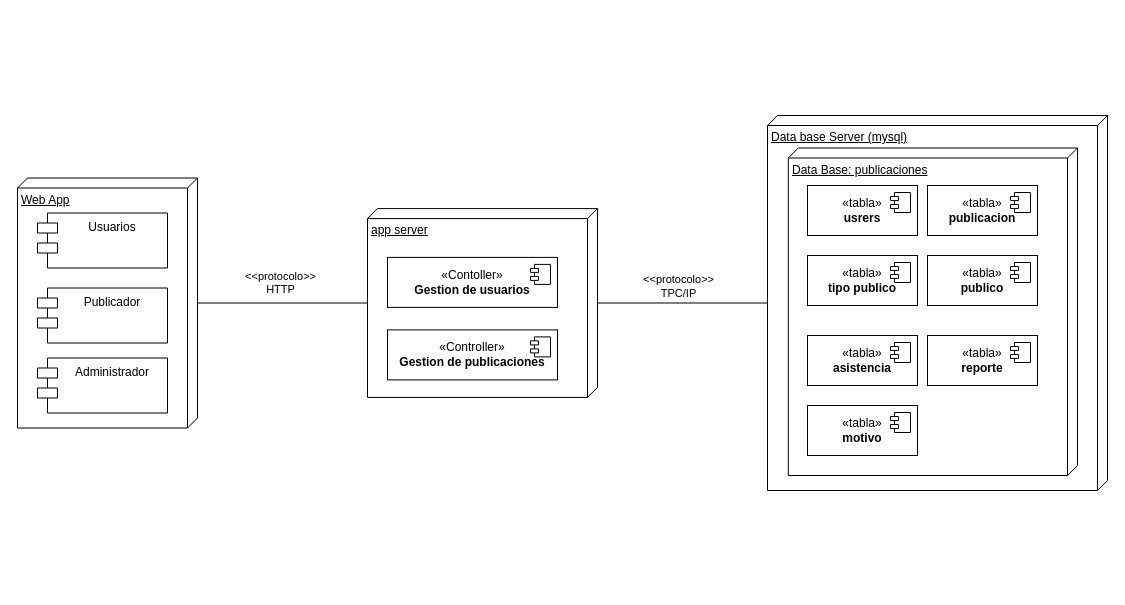
This is page "Diagrama de despliegue" (5 of 5) of Documentación/diagrama entidad relación.drawio from luisbaquiax/publicaciones, a draw.io file, before an edit. Source tidied: cells renumbered, new cells numbered last; positions are measured from the earlier drawing's top-left corner, leaving out a move shared by most shapes. Both pictures are drawn from the tidied source at 100%, with x=0, y=0 at pixel (17, 115).
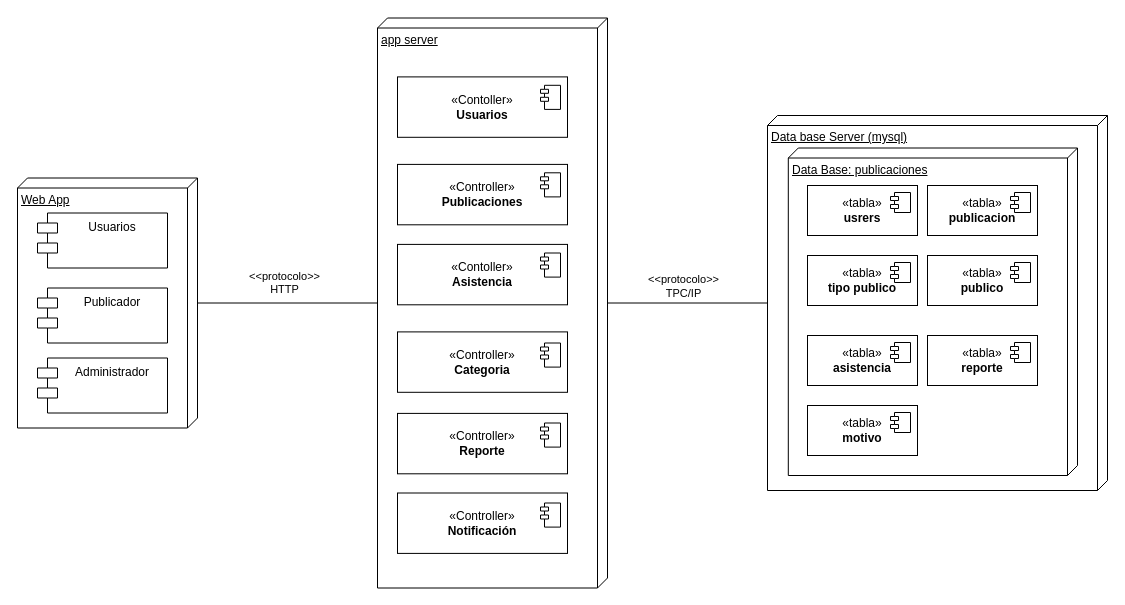
The same page after the edit.

Diff of the diagram source:
```diff
@@
+    <mxCell id="33" style="group;" parent="1" vertex="1">
+      <mxGeometry x="360" y="-97.5" width="230" height="570" as="geometry" />
+    </mxCell>
-    <mxCell id="28" value="app server" style="verticalAlign=top;align=left;spacingTop=8;spacingLeft=2;spacingRight=12;shape=cube;size=10;direction=south;fontStyle=4;html=1;whiteSpace=wrap;" parent="1" vertex="1">
-      <mxGeometry x="350" y="93.1" width="230" height="188.8" as="geometry" />
+    <mxCell id="28" value="app server" style="verticalAlign=top;align=left;spacingTop=8;spacingLeft=2;spacingRight=12;shape=cube;size=10;direction=south;fontStyle=4;html=1;whiteSpace=wrap;" parent="33" vertex="1">
+      <mxGeometry width="230" height="570" as="geometry" />
     </mxCell>
-    <mxCell id="29" value="«Contoller»&lt;br&gt;&lt;b&gt;Gestion de usuarios&lt;/b&gt;" style="html=1;whiteSpace=wrap;" parent="1" vertex="1">
-      <mxGeometry x="370" y="141.9" width="170" height="50" as="geometry" />
+    <mxCell id="29" value="«Contoller»&lt;br&gt;&lt;b&gt;Usuarios&lt;/b&gt;" style="html=1;whiteSpace=wrap;" parent="33" vertex="1">
+      <mxGeometry x="20" y="58.9" width="170" height="60.4" as="geometry" />
     </mxCell>
-    <mxCell id="30" value="«Controller»&lt;br&gt;&lt;b&gt;Gestion de publicaciones&lt;/b&gt;" style="html=1;whiteSpace=wrap;" parent="1" vertex="1">
-      <mxGeometry x="370" y="214.4" width="170" height="50" as="geometry" />
+    <mxCell id="30" value="«Controller»&lt;br&gt;&lt;b&gt;Publicaciones&lt;/b&gt;" style="html=1;whiteSpace=wrap;" parent="33" vertex="1">
+      <mxGeometry x="20" y="146.4" width="170" height="60.4" as="geometry" />
     </mxCell>
-    <mxCell id="31" style="shape=module;jettyWidth=8;jettyHeight=4;" parent="1" vertex="1">
-      <mxGeometry x="513" y="148.9" width="20" height="20" as="geometry">
+    <mxCell id="31" style="shape=module;jettyWidth=8;jettyHeight=4;" parent="33" vertex="1">
+      <mxGeometry x="163" y="67.3" width="20" height="24.1" as="geometry">
         <mxPoint x="-27" y="7" as="offset" />
       </mxGeometry>
     </mxCell>
-    <mxCell id="32" style="shape=module;jettyWidth=8;jettyHeight=4;" parent="1" vertex="1">
-      <mxGeometry x="513" y="221.4" width="20" height="20" as="geometry">
+    <mxCell id="32" style="shape=module;jettyWidth=8;jettyHeight=4;" parent="33" vertex="1">
+      <mxGeometry x="163" y="154.8" width="20" height="24.1" as="geometry">
         <mxPoint x="-27" y="7" as="offset" />
       </mxGeometry>
     </mxCell>
+    <mxCell id="34" value="«Contoller»&lt;br&gt;&lt;b&gt;Asistencia&lt;/b&gt;" style="html=1;whiteSpace=wrap;" parent="33" vertex="1">
+      <mxGeometry x="20" y="226.4" width="170" height="60.4" as="geometry" />
+    </mxCell>
+    <mxCell id="35" value="«Controller»&lt;br&gt;&lt;b&gt;Categoria&lt;/b&gt;" style="html=1;whiteSpace=wrap;" parent="33" vertex="1">
+      <mxGeometry x="20" y="313.9" width="170" height="60.4" as="geometry" />
+    </mxCell>
+    <mxCell id="36" value="«Controller»&lt;br&gt;&lt;b&gt;Reporte&lt;/b&gt;" style="html=1;whiteSpace=wrap;" parent="33" vertex="1">
+      <mxGeometry x="20" y="395.4" width="170" height="60.4" as="geometry" />
+    </mxCell>
+    <mxCell id="37" value="«Controller»&lt;br&gt;&lt;b&gt;Notificación&lt;/b&gt;" style="html=1;whiteSpace=wrap;" parent="33" vertex="1">
+      <mxGeometry x="20" y="475" width="170" height="60.4" as="geometry" />
+    </mxCell>
+    <mxCell id="38" style="shape=module;jettyWidth=8;jettyHeight=4;" parent="33" vertex="1">
+      <mxGeometry x="163" y="235" width="20" height="24.1" as="geometry">
+        <mxPoint x="-27" y="7" as="offset" />
+      </mxGeometry>
+    </mxCell>
+    <mxCell id="39" style="shape=module;jettyWidth=8;jettyHeight=4;" parent="33" vertex="1">
+      <mxGeometry x="163" y="325" width="20" height="24.1" as="geometry">
+        <mxPoint x="-27" y="7" as="offset" />
+      </mxGeometry>
+    </mxCell>
+    <mxCell id="40" style="shape=module;jettyWidth=8;jettyHeight=4;" parent="33" vertex="1">
+      <mxGeometry x="163" y="405" width="20" height="24.1" as="geometry">
+        <mxPoint x="-27" y="7" as="offset" />
+      </mxGeometry>
+    </mxCell>
+    <mxCell id="41" style="shape=module;jettyWidth=8;jettyHeight=4;" parent="33" vertex="1">
+      <mxGeometry x="163" y="485" width="20" height="24.1" as="geometry">
+        <mxPoint x="-27" y="7" as="offset" />
+      </mxGeometry>
+    </mxCell>
```
